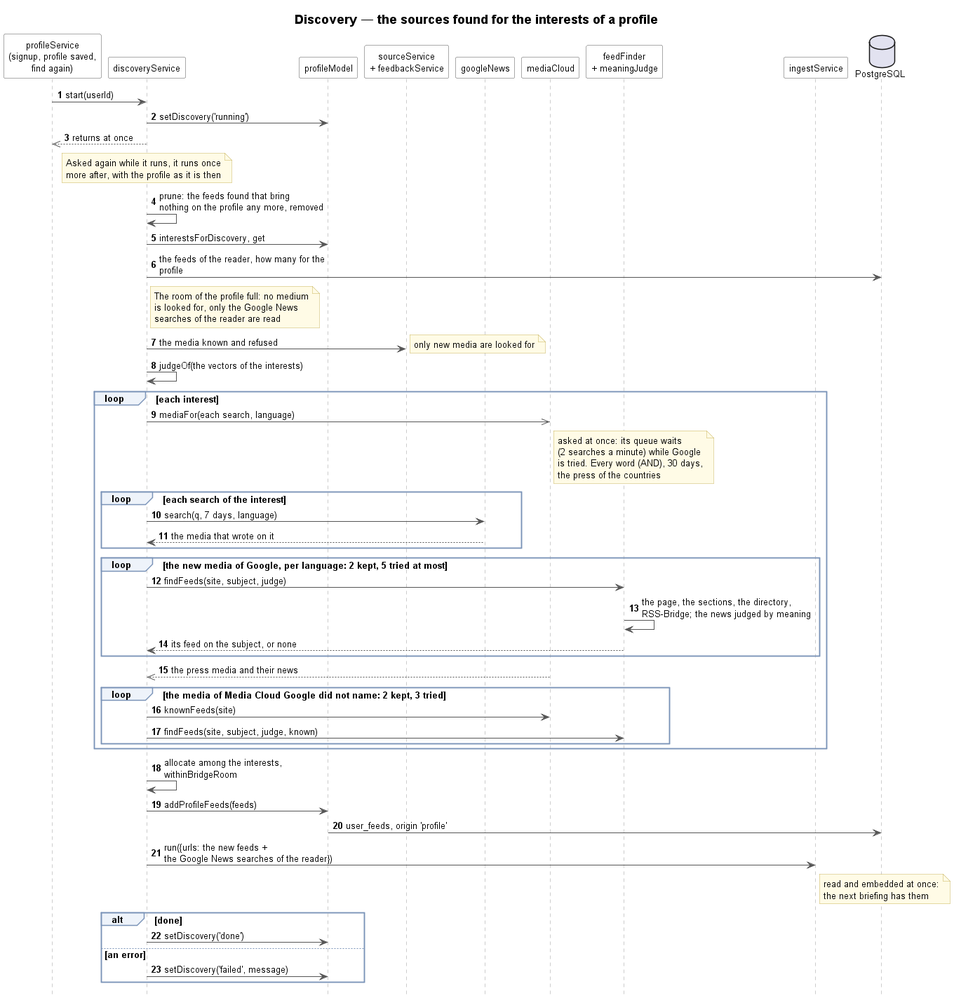
Before: docs/UML/sprint4/23-discovery-sequence.png, a diagram exported from PlantUML (TPI2026-NewsGenerator/NewsGenerator-Backend). Its diagram source:
```plantuml
@startuml 13-discovery-sequence
!include _sequence.iuml
title Discovery — the sources found for the interests of a profile

participant "profileService\n(signup, profile saved,\nfind again)" as Profile
participant discoveryService as Discovery
participant profileModel as ProfileModel
participant "sourceService\n+ feedbackService" as Known
participant googleNews as Google
participant mediaCloud as MC
participant "feedFinder\n+ meaningJudge" as Finder
participant ingestService as Ingest
database "PostgreSQL" as DB

Profile -> Discovery : start(userId)
Discovery -> ProfileModel : setDiscovery('running')
Discovery -->> Profile : returns at once
note over Discovery
    Asked again while it runs, it runs once
    more after, with the profile as it is then
end note

Discovery -> Discovery : prune: the feeds found that bring\nnothing on the profile any more, removed
Discovery -> ProfileModel : interestsForDiscovery, get
Discovery -> DB : the feeds of the reader, how many for the profile
note right of Discovery
    The room of the profile full: no medium
    is looked for, only the Google News
    searches of the reader are read
end note
Discovery -> Known : the media known and refused
note right : only new media are looked for
Discovery -> Discovery : judgeOf(the vectors of the interests)

loop each interest
    Discovery ->> MC : mediaFor(each search, language)
    note right of MC
        asked at once: its queue waits
        (2 searches a minute) while Google
        is tried. Every word (AND), 30 days,
        the press of the countries
    end note
    loop each search of the interest
        Discovery -> Google : search(q, 7 days, language)
        Google --> Discovery : the media that wrote on it
    end
    loop the new media of Google, per language: 2 kept, 5 tried at most
        Discovery -> Finder : findFeeds(site, subject, judge)
        Finder -> Finder : the page, the sections, the directory,\nRSS-Bridge; the news judged by meaning
        Finder --> Discovery : its feed on the subject, or none
    end
    MC -->> Discovery : the press media and their news
    loop the media of Media Cloud Google did not name: 2 kept, 3 tried
        Discovery -> MC : knownFeeds(site)
        Discovery -> Finder : findFeeds(site, subject, judge, known)
    end
end

Discovery -> Discovery : allocate among the interests,\nwithinBridgeRoom
Discovery -> ProfileModel : addProfileFeeds(feeds)
ProfileModel -> DB : user_feeds, origin 'profile'
Discovery -> Ingest : run({urls: the new feeds +\nthe Google News searches of the reader})
note right of Ingest
    read and embedded at once:
    the next briefing has them
end note
alt done
    Discovery -> ProfileModel : setDiscovery('done')
else an error
    Discovery -> ProfileModel : setDiscovery('failed', message)
end
@enduml
```
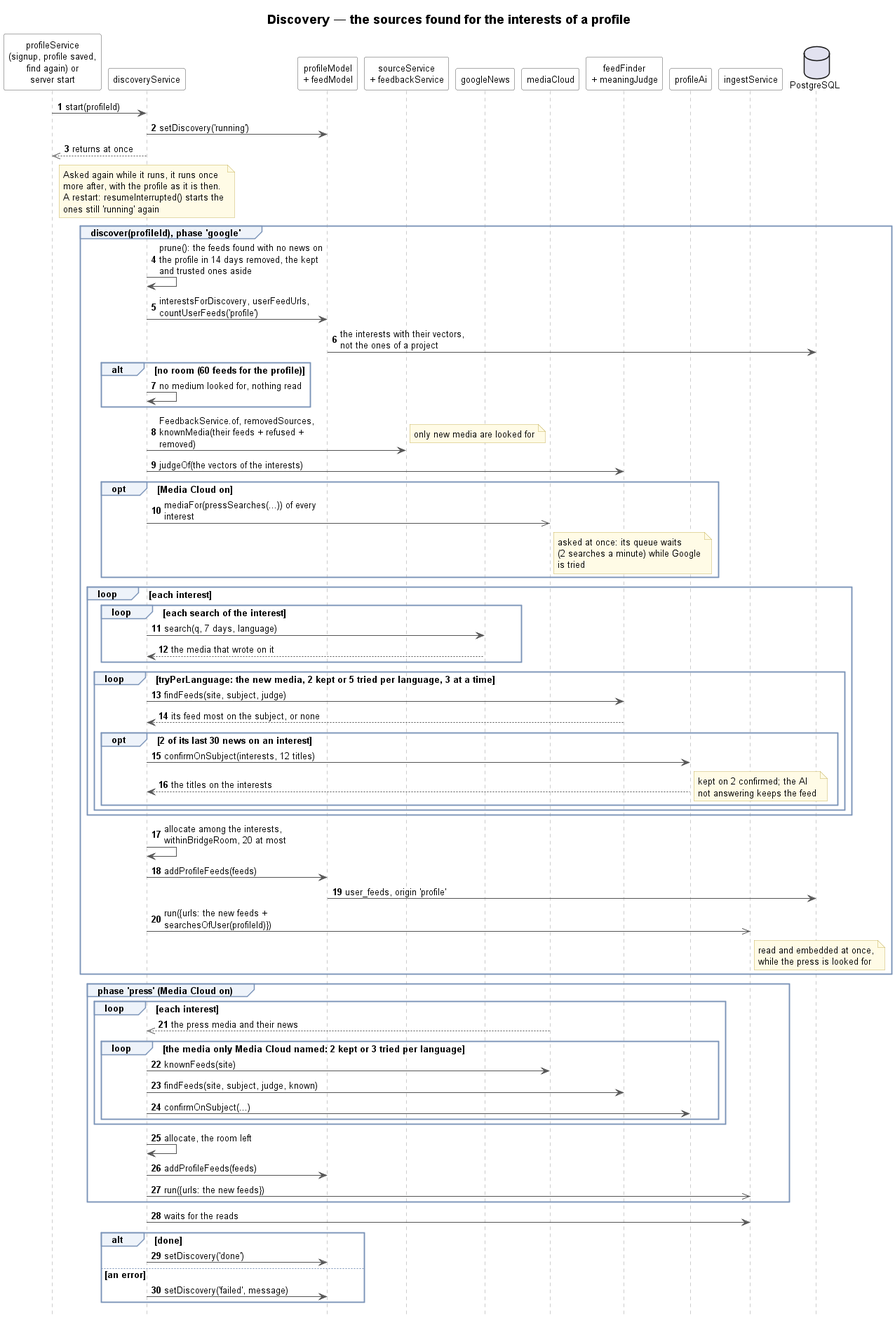
After the commit.

What changed in the source:
```diff
@@ -1,72 +1,90 @@
-@startuml 13-discovery-sequence
+@startuml 23-discovery-sequence
 !include _sequence.iuml
 title Discovery — the sources found for the interests of a profile
 
-participant "profileService\n(signup, profile saved,\nfind again)" as Profile
+participant "profileService\n(signup, profile saved,\nfind again) or\nserver start" as Profile
 participant discoveryService as Discovery
-participant profileModel as ProfileModel
+participant "profileModel\n+ feedModel" as Models
 participant "sourceService\n+ feedbackService" as Known
 participant googleNews as Google
 participant mediaCloud as MC
 participant "feedFinder\n+ meaningJudge" as Finder
+participant profileAi as AI
 participant ingestService as Ingest
 database "PostgreSQL" as DB
 
-Profile -> Discovery : start(userId)
-Discovery -> ProfileModel : setDiscovery('running')
+Profile -> Discovery : start(profileId)
+Discovery -> Models : setDiscovery('running')
 Discovery -->> Profile : returns at once
 note over Discovery
     Asked again while it runs, it runs once
-    more after, with the profile as it is then
+    more after, with the profile as it is then.
+    A restart: resumeInterrupted() starts the
+    ones still 'running' again
 end note
 
-Discovery -> Discovery : prune: the feeds found that bring\nnothing on the profile any more, removed
-Discovery -> ProfileModel : interestsForDiscovery, get
-Discovery -> DB : the feeds of the reader, how many for the profile
-note right of Discovery
-    The room of the profile full: no medium
-    is looked for, only the Google News
-    searches of the reader are read
-end note
-Discovery -> Known : the media known and refused
-note right : only new media are looked for
-Discovery -> Discovery : judgeOf(the vectors of the interests)
+group discover(profileId), phase 'google'
+    Discovery -> Discovery : prune(): the feeds found with no news on\nthe profile in 14 days removed, the kept\nand trusted ones aside
+    Discovery -> Models : interestsForDiscovery, userFeedUrls,\ncountUserFeeds('profile')
+    Models -> DB : the interests with their vectors,\nnot the ones of a project
+    alt no room (60 feeds for the profile)
+        Discovery -> Discovery : no medium looked for, nothing read
+    end
+    Discovery -> Known : FeedbackService.of, removedSources,\nknownMedia(their feeds + refused + removed)
+    note right : only new media are looked for
+    Discovery -> Finder : judgeOf(the vectors of the interests)
+    opt Media Cloud on
+        Discovery ->> MC : mediaFor(pressSearches(...)) of every interest
+        note right of MC
+            asked at once: its queue waits
+            (2 searches a minute) while Google
+            is tried
+        end note
+    end
 
-loop each interest
-    Discovery ->> MC : mediaFor(each search, language)
-    note right of MC
-        asked at once: its queue waits
-        (2 searches a minute) while Google
-        is tried. Every word (AND), 30 days,
-        the press of the countries
+    loop each interest
+        loop each search of the interest
+            Discovery -> Google : search(q, 7 days, language)
+            Google --> Discovery : the media that wrote on it
+        end
+        loop tryPerLanguage: the new media, 2 kept or 5 tried per language, 3 at a time
+            Discovery -> Finder : findFeeds(site, subject, judge)
+            Finder --> Discovery : its feed most on the subject, or none
+            opt 2 of its last 30 news on an interest
+                Discovery -> AI : confirmOnSubject(interests, 12 titles)
+                AI --> Discovery : the titles on the interests
+                note right : kept on 2 confirmed; the AI\nnot answering keeps the feed
+            end
+        end
+    end
+    Discovery -> Discovery : allocate among the interests,\nwithinBridgeRoom, 20 at most
+    Discovery -> Models : addProfileFeeds(feeds)
+    Models -> DB : user_feeds, origin 'profile'
+    Discovery ->> Ingest : run({urls: the new feeds +\nsearchesOfUser(profileId)})
+    note right of Ingest
+        read and embedded at once,
+        while the press is looked for
     end note
-    loop each search of the interest
-        Discovery -> Google : search(q, 7 days, language)
-        Google --> Discovery : the media that wrote on it
-    end
-    loop the new media of Google, per language: 2 kept, 5 tried at most
-        Discovery -> Finder : findFeeds(site, subject, judge)
-        Finder -> Finder : the page, the sections, the directory,\nRSS-Bridge; the news judged by meaning
-        Finder --> Discovery : its feed on the subject, or none
-    end
-    MC -->> Discovery : the press media and their news
-    loop the media of Media Cloud Google did not name: 2 kept, 3 tried
-        Discovery -> MC : knownFeeds(site)
-        Discovery -> Finder : findFeeds(site, subject, judge, known)
-    end
 end
 
-Discovery -> Discovery : allocate among the interests,\nwithinBridgeRoom
-Discovery -> ProfileModel : addProfileFeeds(feeds)
-ProfileModel -> DB : user_feeds, origin 'profile'
-Discovery -> Ingest : run({urls: the new feeds +\nthe Google News searches of the reader})
-note right of Ingest
-    read and embedded at once:
-    the next briefing has them
-end note
+group phase 'press' (Media Cloud on)
+    loop each interest
+        MC -->> Discovery : the press media and their news
+        loop the media only Media Cloud named: 2 kept or 3 tried per language
+            Discovery -> MC : knownFeeds(site)
+            Discovery -> Finder : findFeeds(site, subject, judge, known)
+            Discovery -> AI : confirmOnSubject(...)
+        end
+    end
+    Discovery -> Discovery : allocate, the room left
+    Discovery -> Models : addProfileFeeds(feeds)
+    Discovery ->> Ingest : run({urls: the new feeds})
+end
+
+Discovery -> Ingest : waits for the reads
 alt done
-    Discovery -> ProfileModel : setDiscovery('done')
+    Discovery -> Models : setDiscovery('done')
 else an error
-    Discovery -> ProfileModel : setDiscovery('failed', message)
+    Discovery -> Models : setDiscovery('failed', message)
 end
 @enduml
```
